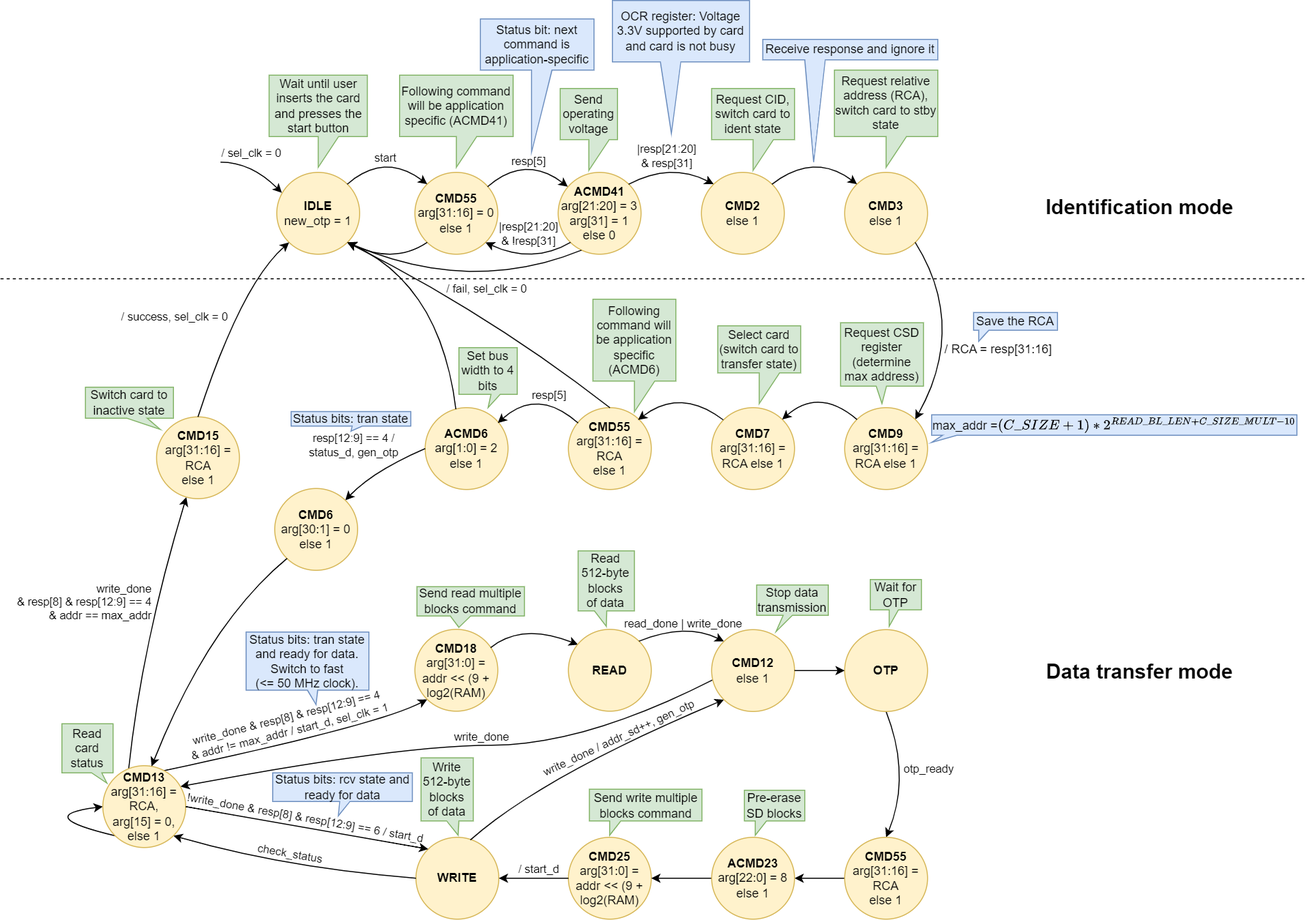
Above: docs/SD/SD_fpga_states.png in sirazenkov/GhostSD (draw.io), before the change. Source tidied: cells renumbered, new cells last; positions are measured from the earlier drawing's top-left corner, leaving out a move shared by most shapes.
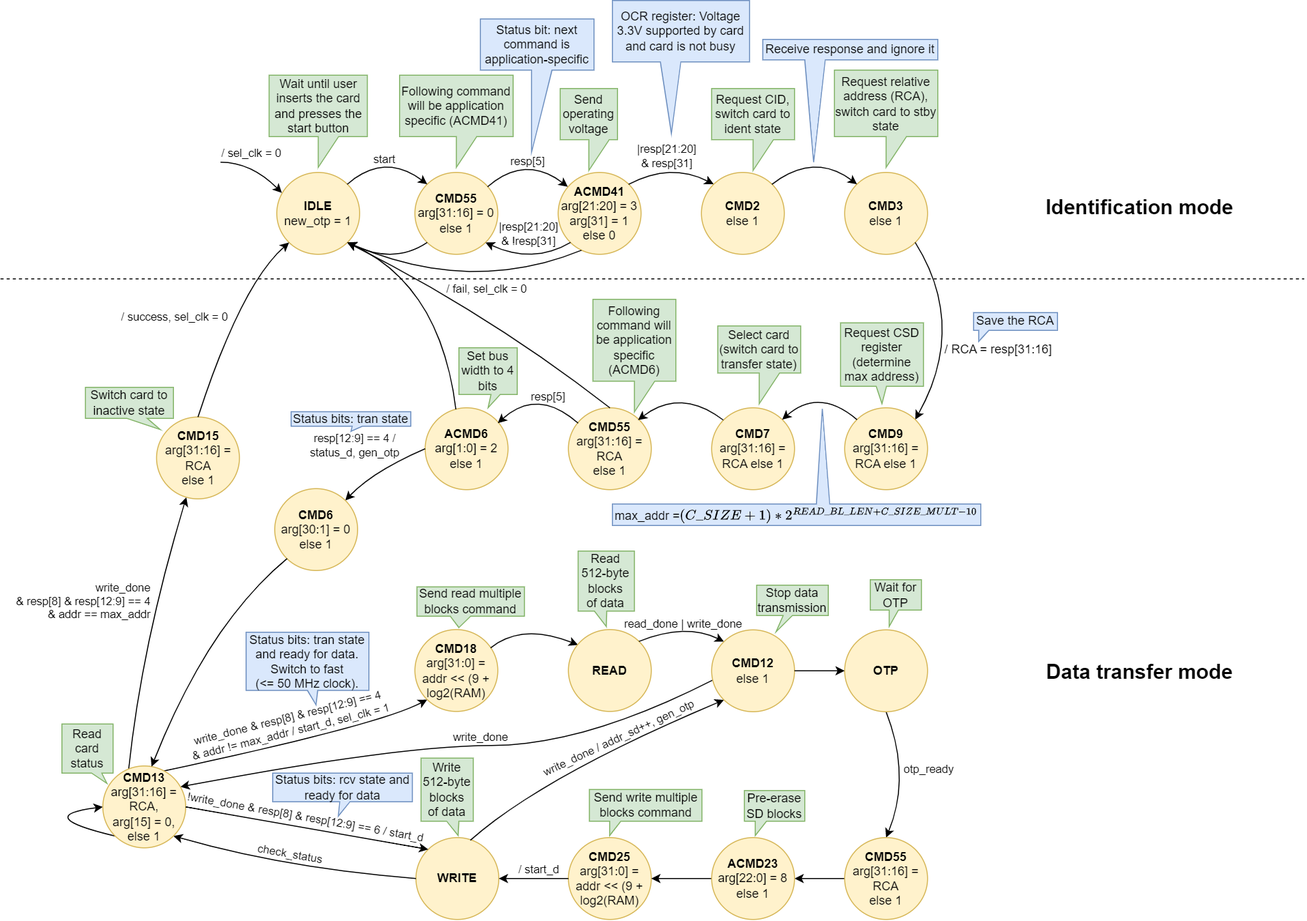
Later version of the same file.

Commit message:
Minor correction in SD FSM diagram

What changed in the source:
```diff
@@ -290,8 +290,8 @@
     <mxCell id="61" value="Status bits: tran state" style="shape=callout;whiteSpace=wrap;html=1;perimeter=calloutPerimeter;fillColor=#dae8fc;strokeColor=#6c8ebf;size=5;position=0.51;position2=0.5;base=10;" parent="1" vertex="1">
       <mxGeometry x="284" y="401.9" width="117" height="19.1" as="geometry" />
     </mxCell>
-    <mxCell id="62" value="max_addr =\(&lt;br&gt;(C\_SIZE+1)*2^{READ\_BL\_LEN+C\_SIZE\_MULT-10}\)" style="shape=callout;whiteSpace=wrap;html=1;perimeter=calloutPerimeter;fillColor=#dae8fc;strokeColor=#6c8ebf;size=7;position=0.03;position2=0;base=14;" parent="1" vertex="1">
-      <mxGeometry x="910" y="405" width="357" height="27" as="geometry" />
+    <mxCell id="62" style="shape=callout;whiteSpace=wrap;html=1;perimeter=calloutPerimeter;fillColor=#dae8fc;strokeColor=#6c8ebf;size=93;position=0.41;position2=0.43;base=13;rotation=-180;" parent="1" vertex="1">
+      <mxGeometry x="598" y="399" width="360" height="114" as="geometry" />
     </mxCell>
     <mxCell id="63" value="Read 512-byte&lt;br&gt;&amp;nbsp;blocks&amp;nbsp; of data" style="shape=callout;whiteSpace=wrap;html=1;perimeter=calloutPerimeter;fillColor=#d5e8d4;strokeColor=#82b366;size=15;position=0.29;base=12;" parent="1" vertex="1">
       <mxGeometry x="564.5" y="538" width="55" height="73.7" as="geometry" />
@@ -453,5 +453,8 @@
         </Array>
       </mxGeometry>
     </mxCell>
+    <mxCell id="101" value="max_addr =\(&lt;br style=&quot;border-color: var(--border-color);&quot;&gt;(C\_SIZE+1)*2^{READ\_BL\_LEN+C\_SIZE\_MULT-10}\)" style="text;html=1;strokeColor=none;fillColor=none;align=center;verticalAlign=middle;whiteSpace=wrap;rounded=0;" parent="1" vertex="1">
+      <mxGeometry x="598" y="492" width="360" height="21" as="geometry" />
+    </mxCell>
   </root>
 </mxGraphModel>
```
